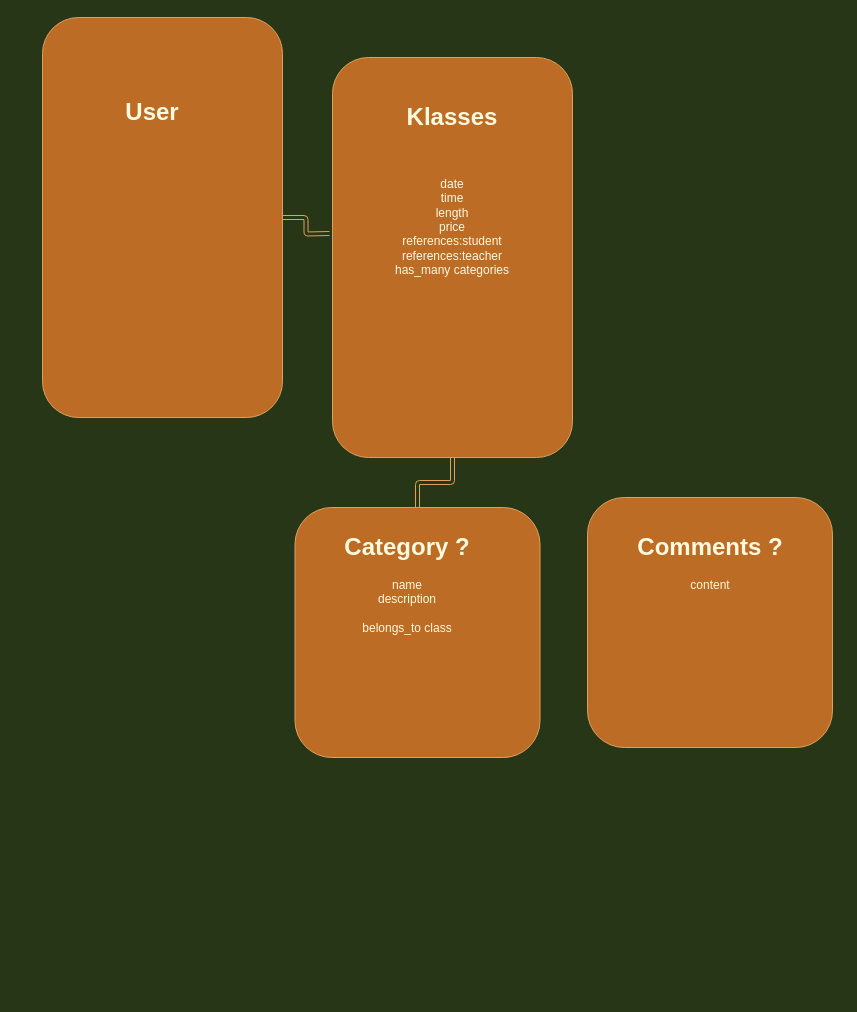
The draw.io diagram PLAN.drawio in Zacharyflynn06/flow, before the edit. Source tidied: cells renumbered, new cells numbered last; positions are measured from the earlier drawing's top-left corner, leaving out a move shared by most shapes. Both pictures are drawn from the tidied source at 100%, with x=0, y=0 at pixel (17, 17).
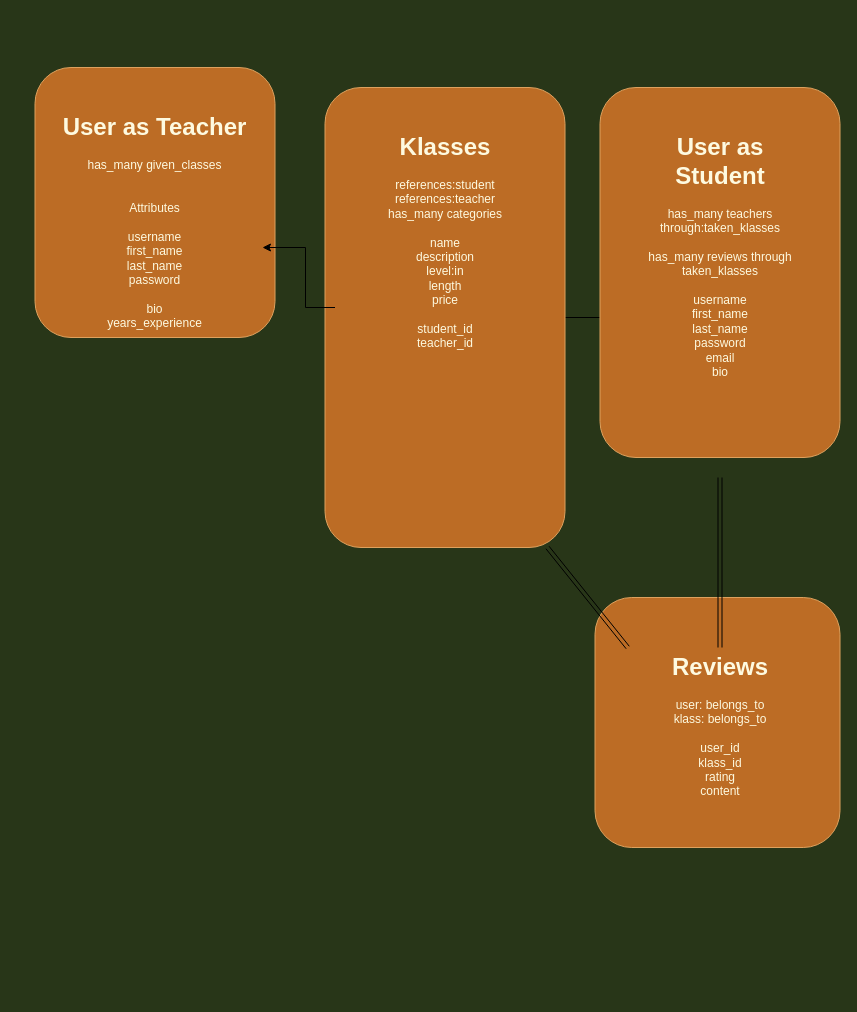
Above is the later version.

Diff of the diagram source:
```diff
@@
 <mxGraphModel background="#283618">
   <root>
     <mxCell id="0" />
     <mxCell id="1" parent="0" />
-    <mxCell id="2" style="rounded=1;sketch=0;jettySize=auto;html=1;strokeColor=#DDA15E;fillColor=#BC6C25;fontColor=#FEFAE0;shape=link;edgeStyle=orthogonalEdgeStyle;" parent="1" edge="1" source="3">
-      <mxGeometry relative="1" as="geometry">
-        <mxPoint x="312" y="216" as="targetPoint" />
-      </mxGeometry>
-    </mxCell>
     <mxCell id="3" style="rounded=1;whiteSpace=wrap;html=1;sketch=0;strokeColor=#DDA15E;fillColor=#BC6C25;fontColor=#FEFAE0;" parent="1" vertex="1">
-      <mxGeometry x="25" width="240" height="400" as="geometry" />
+      <mxGeometry x="17.5" y="50" width="240" height="270" as="geometry" />
     </mxCell>
-    <mxCell id="4" style="edgeStyle=orthogonalEdgeStyle;shape=link;rounded=1;sketch=0;jettySize=auto;html=1;strokeColor=#DDA15E;fillColor=#BC6C25;fontColor=#FEFAE0;" parent="1" edge="1" source="5" target="7">
-      <mxGeometry relative="1" as="geometry" />
-    </mxCell>
+    <mxCell id="13" style="edgeStyle=orthogonalEdgeStyle;rounded=0;jettySize=auto;html=1;" parent="1" edge="1" source="5" target="16">
+      <mxGeometry relative="1" as="geometry">
+        <Array as="points">
+          <mxPoint x="662" y="300" />
+        </Array>
+      </mxGeometry>
+    </mxCell>
     <mxCell id="5" style="rounded=1;whiteSpace=wrap;html=1;sketch=0;strokeColor=#DDA15E;fillColor=#BC6C25;fontColor=#FEFAE0;" parent="1" vertex="1">
-      <mxGeometry x="315" y="40" width="240" height="400" as="geometry" />
+      <mxGeometry x="307.5" y="70" width="240" height="460" as="geometry" />
     </mxCell>
+    <mxCell id="14" style="edgeStyle=orthogonalEdgeStyle;rounded=0;jettySize=auto;html=1;" parent="1" edge="1" source="6" target="9">
+      <mxGeometry relative="1" as="geometry">
+        <Array as="points">
+          <mxPoint x="288" y="290" />
+          <mxPoint x="288" y="230" />
+        </Array>
+      </mxGeometry>
+    </mxCell>
-    <mxCell id="6" value="&lt;h1&gt;Klasses&lt;/h1&gt;&lt;div&gt;&lt;br&gt;&lt;/div&gt;&lt;div&gt;&lt;br&gt;&lt;/div&gt;&lt;div&gt;date&lt;/div&gt;&lt;div&gt;time&lt;/div&gt;&lt;div&gt;length&lt;/div&gt;&lt;div&gt;price&lt;/div&gt;&lt;div&gt;references:student&lt;/div&gt;&lt;div&gt;references:teacher&lt;/div&gt;&lt;div&gt;has_many categories&lt;/div&gt;&lt;div&gt;&lt;br&gt;&lt;/div&gt;&lt;div style=&quot;text-align: left&quot;&gt;&lt;br&gt;&lt;/div&gt;" style="text;html=1;strokeColor=none;fillColor=none;spacing=5;spacingTop=-20;whiteSpace=wrap;overflow=hidden;rounded=0;sketch=0;fontColor=#FEFAE0;align=center;" parent="1" vertex="1">
-      <mxGeometry x="300" y="80" width="270" height="340" as="geometry" />
+    <mxCell id="6" value="&lt;h1&gt;Klasses&lt;/h1&gt;&lt;div&gt;references:student&lt;/div&gt;&lt;div&gt;references:teacher&lt;/div&gt;&lt;div&gt;has_many categories&lt;/div&gt;&lt;div&gt;&lt;br&gt;&lt;/div&gt;&lt;div style=&quot;text-align: left&quot;&gt;&lt;div style=&quot;text-align: center&quot;&gt;name&lt;/div&gt;&lt;div style=&quot;text-align: center&quot;&gt;description&lt;/div&gt;&lt;div style=&quot;text-align: center&quot;&gt;level:in&lt;/div&gt;&lt;div style=&quot;text-align: center&quot;&gt;length&lt;/div&gt;&lt;div style=&quot;text-align: center&quot;&gt;price&lt;/div&gt;&lt;div style=&quot;text-align: center&quot;&gt;&lt;br&gt;&lt;/div&gt;&lt;div style=&quot;text-align: center&quot;&gt;student_id&lt;/div&gt;&lt;div style=&quot;text-align: center&quot;&gt;teacher_id&lt;/div&gt;&lt;div style=&quot;text-align: center&quot;&gt;&lt;br&gt;&lt;/div&gt;&lt;div style=&quot;text-align: center&quot;&gt;&lt;br&gt;&lt;/div&gt;&lt;div style=&quot;text-align: center&quot;&gt;&lt;br&gt;&lt;/div&gt;&lt;/div&gt;" style="text;html=1;strokeColor=none;fillColor=none;spacing=5;spacingTop=-20;whiteSpace=wrap;overflow=hidden;rounded=0;sketch=0;fontColor=#FEFAE0;align=center;" parent="1" vertex="1">
+      <mxGeometry x="317.5" y="110" width="220" height="360" as="geometry" />
     </mxCell>
-    <mxCell id="7" style="rounded=1;whiteSpace=wrap;html=1;sketch=0;strokeColor=#DDA15E;fillColor=#BC6C25;fontColor=#FEFAE0;" parent="1" vertex="1">
-      <mxGeometry x="277.5" y="490" width="245" height="250" as="geometry" />
-    </mxCell>
-    <mxCell id="8" value="&lt;h1&gt;Category ?&lt;/h1&gt;&lt;div&gt;name&lt;/div&gt;&lt;div&gt;description&lt;/div&gt;&lt;div&gt;&lt;br&gt;&lt;/div&gt;&lt;div&gt;belongs_to class&lt;/div&gt;" style="text;html=1;strokeColor=none;fillColor=none;spacing=5;spacingTop=-20;whiteSpace=wrap;overflow=hidden;rounded=0;sketch=0;fontColor=#FEFAE0;align=center;" parent="1" vertex="1">
-      <mxGeometry x="290" y="510" width="200" height="140" as="geometry" />
-    </mxCell>
-    <mxCell id="9" value="&lt;h1&gt;User&lt;/h1&gt;&lt;div&gt;&lt;br&gt;&lt;/div&gt;" style="text;html=1;strokeColor=none;fillColor=none;spacing=5;spacingTop=-20;whiteSpace=wrap;overflow=hidden;rounded=0;sketch=0;fontColor=#FEFAE0;align=center;" parent="1" vertex="1">
-      <mxGeometry y="75" width="270" height="340" as="geometry" />
+    <mxCell id="9" value="&lt;h1&gt;User as Teacher&lt;/h1&gt;&lt;div&gt;has_many given_classes&lt;/div&gt;&lt;div&gt;&amp;nbsp;&lt;/div&gt;&lt;div&gt;&lt;br&gt;&lt;/div&gt;&lt;div&gt;Attributes&lt;/div&gt;&lt;div&gt;&lt;br&gt;&lt;/div&gt;&lt;div&gt;username&lt;/div&gt;&lt;div&gt;first_name&lt;/div&gt;&lt;div&gt;last_name&lt;/div&gt;&lt;div&gt;password&lt;/div&gt;&lt;div&gt;&lt;br&gt;&lt;/div&gt;&lt;div&gt;bio&lt;/div&gt;&lt;div&gt;years_experience&lt;/div&gt;" style="text;html=1;strokeColor=none;fillColor=none;spacing=5;spacingTop=-20;whiteSpace=wrap;overflow=hidden;rounded=0;sketch=0;fontColor=#FEFAE0;align=center;" parent="1" vertex="1">
+      <mxGeometry x="30" y="90" width="215" height="230" as="geometry" />
     </mxCell>
-    <mxCell id="10" style="edgeStyle=orthogonalEdgeStyle;shape=link;rounded=1;sketch=0;orthogonalLoop=1;jettySize=auto;html=1;exitX=0.5;exitY=1;exitDx=0;exitDy=0;strokeColor=#DDA15E;fillColor=#BC6C25;fontColor=#FEFAE0;" parent="1" edge="1" source="7" target="7">
-      <mxGeometry relative="1" as="geometry" />
+    <mxCell id="10" style="edgeStyle=orthogonalEdgeStyle;shape=link;rounded=1;sketch=0;orthogonalLoop=1;jettySize=auto;html=1;exitX=0.5;exitY=1;exitDx=0;exitDy=0;strokeColor=#DDA15E;fillColor=#BC6C25;fontColor=#FEFAE0;" parent="1" edge="1">
+      <mxGeometry relative="1" as="geometry">
+        <mxPoint x="392.5" y="960" as="sourcePoint" />
+        <mxPoint x="392.5" y="960" as="targetPoint" />
+      </mxGeometry>
     </mxCell>
     <mxCell id="11" style="rounded=1;whiteSpace=wrap;html=1;sketch=0;strokeColor=#DDA15E;fillColor=#BC6C25;fontColor=#FEFAE0;" parent="1" vertex="1">
-      <mxGeometry x="570" y="480" width="245" height="250" as="geometry" />
+      <mxGeometry x="577.5" y="580" width="245" height="250" as="geometry" />
     </mxCell>
-    <mxCell id="12" value="&lt;h1&gt;Comments ?&lt;/h1&gt;&lt;div&gt;content&lt;/div&gt;&lt;div&gt;&lt;br&gt;&lt;/div&gt;" style="text;html=1;strokeColor=none;fillColor=none;spacing=5;spacingTop=-20;whiteSpace=wrap;overflow=hidden;rounded=0;sketch=0;fontColor=#FEFAE0;align=center;" parent="1" vertex="1">
-      <mxGeometry x="592.5" y="510" width="200" height="140" as="geometry" />
-    </mxCell>
+    <mxCell id="15" value="&lt;br&gt;&lt;br&gt;" style="rounded=1;whiteSpace=wrap;html=1;sketch=0;strokeColor=#DDA15E;fillColor=#BC6C25;fontColor=#FEFAE0;" parent="1" vertex="1">
+      <mxGeometry x="582.5" y="70" width="240" height="370" as="geometry" />
+    </mxCell>
+    <mxCell id="16" value="&lt;h1&gt;User as Student&lt;/h1&gt;&lt;div&gt;has_many teachers&lt;/div&gt;&lt;div&gt;through:taken_klasses&lt;/div&gt;&lt;div&gt;&lt;br&gt;&lt;/div&gt;&lt;div&gt;has_many reviews through&lt;/div&gt;&lt;div&gt;taken_klasses&lt;/div&gt;&lt;div&gt;&lt;br&gt;&lt;/div&gt;&lt;div&gt;username&lt;/div&gt;&lt;div&gt;first_name&lt;/div&gt;&lt;div&gt;last_name&lt;/div&gt;&lt;div&gt;password&lt;/div&gt;&lt;div&gt;email&lt;/div&gt;&lt;div&gt;bio&lt;/div&gt;" style="text;html=1;strokeColor=none;fillColor=none;spacing=5;spacingTop=-20;whiteSpace=wrap;overflow=hidden;rounded=0;sketch=0;fontColor=#FEFAE0;align=center;" parent="1" vertex="1">
+      <mxGeometry x="612.5" y="110" width="180" height="350" as="geometry" />
+    </mxCell>
+    <mxCell id="17" style="endArrow=classic;html=1;shape=link;" parent="1" edge="1" source="18">
+      <mxGeometry relative="1" as="geometry">
+        <mxPoint x="530" y="530" as="targetPoint" />
+      </mxGeometry>
+    </mxCell>
+    <mxCell id="18" value="&lt;h1&gt;Reviews&lt;/h1&gt;&lt;div&gt;user: belongs_to&lt;/div&gt;&lt;div&gt;klass: belongs_to&lt;/div&gt;&lt;div&gt;&lt;br&gt;&lt;/div&gt;&lt;div&gt;user_id&lt;/div&gt;&lt;div&gt;klass_id&lt;/div&gt;&lt;div&gt;rating&lt;/div&gt;&lt;div&gt;content&lt;/div&gt;&lt;div&gt;&lt;br&gt;&lt;/div&gt;&lt;div style=&quot;text-align: left&quot;&gt;&lt;div style=&quot;text-align: center&quot;&gt;&lt;br&gt;&lt;/div&gt;&lt;div style=&quot;text-align: center&quot;&gt;&lt;br&gt;&lt;/div&gt;&lt;/div&gt;" style="text;html=1;strokeColor=none;fillColor=none;spacing=5;spacingTop=-20;whiteSpace=wrap;overflow=hidden;rounded=0;sketch=0;fontColor=#FEFAE0;align=center;" parent="1" vertex="1">
+      <mxGeometry x="592.5" y="630" width="220" height="230" as="geometry" />
+    </mxCell>
+    <mxCell id="19" style="edgeStyle=orthogonalEdgeStyle;rounded=0;jettySize=auto;html=1;shape=link;" parent="1" edge="1" source="16" target="18">
+      <mxGeometry relative="1" as="geometry" />
+    </mxCell>
   </root>
 </mxGraphModel>
```
